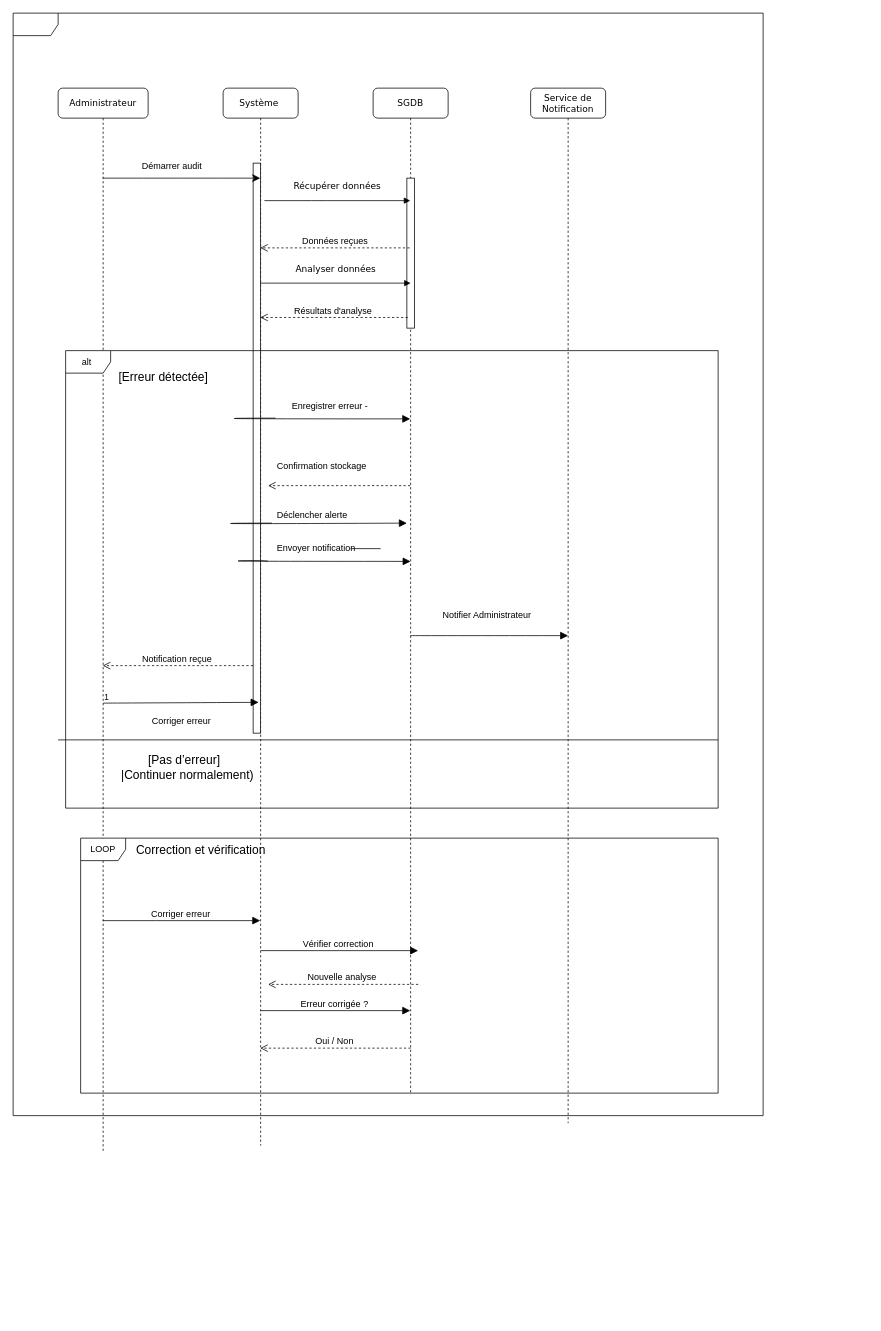
HADIL19/qpply keeps this draw.io diagram as Diagramme sans nom.drawio. Above is the earlier version. Source tidied: cells renumbered, new cells numbered last; positions are measured from the earlier drawing's top-left corner, leaving out a move shared by most shapes. Both pictures are drawn from the tidied source at 75%, with x=0, y=0 at pixel (13, 13).
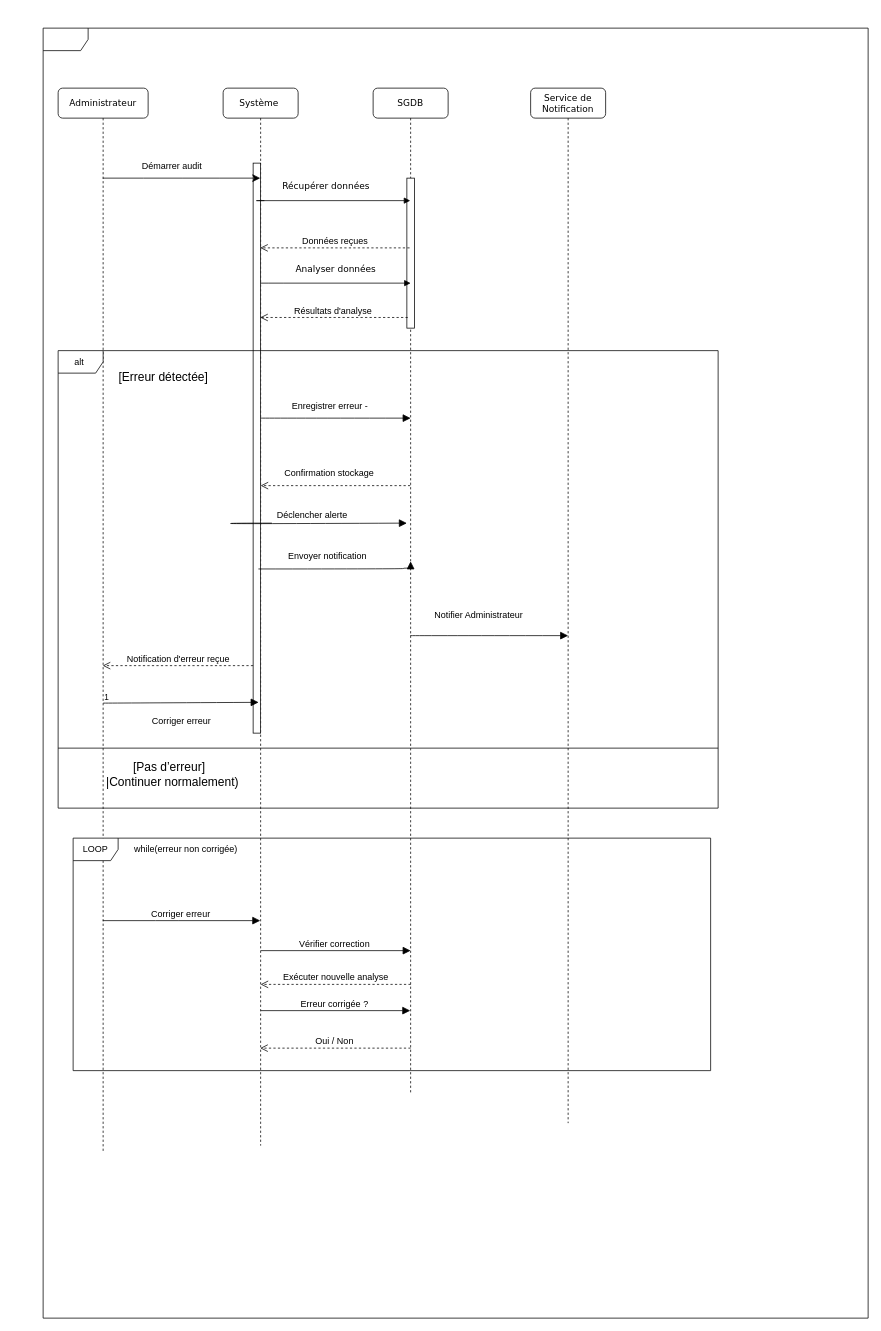
After the change.

Commit message:
Mettre à jour Diagramme sans nom.drawio

The change refers to these unchanged cells:
```xml
<mxCell id="3" style="html=1;points=[];perimeter=orthogonalPerimeter;rounded=0;shadow=0;comic=0;labelBackgroundColor=none;strokeWidth=1;fontFamily=Verdana;fontSize=12;align=center;" parent="2" vertex="1">
  <mxGeometry x="40" y="100" width="10" height="760" as="geometry" />
</mxCell>
<mxCell id="4" value="SGDB" style="shape=umlLifeline;perimeter=lifelinePerimeter;whiteSpace=wrap;html=1;outlineConnect=0;rounded=1;shadow=0;comic=0;labelBackgroundColor=none;strokeWidth=1;fontFamily=Verdana;fontSize=12;align=center;" parent="1" vertex="1">
  <mxGeometry x="480" y="100" width="100" height="1340" as="geometry" />
</mxCell>
<mxCell id="7" value="A&lt;span style=&quot;background-color: transparent; color: light-dark(rgb(0, 0, 0), rgb(255, 255, 255));&quot;&gt;dministrateur&lt;/span&gt;" style="shape=umlLifeline;perimeter=lifelinePerimeter;whiteSpace=wrap;html=1;outlineConnect=0;rounded=1;shadow=0;comic=0;labelBackgroundColor=none;strokeWidth=1;fontFamily=Verdana;fontSize=12;align=center;" parent="1" vertex="1">
  <mxGeometry x="60" y="100" width="120" height="1420" as="geometry" />
</mxCell>
```

The edit, as a diff of the source:
```diff
@@
     <mxCell id="9" value="Récupérer données" style="html=1;verticalAlign=bottom;endArrow=block;labelBackgroundColor=none;fontFamily=Verdana;fontSize=12;edgeStyle=elbowEdgeStyle;elbow=vertical;" parent="1" edge="1" target="4">
       <mxGeometry y="10" relative="1" as="geometry">
         <mxPoint x="335" y="250" as="sourcePoint" />
+        <Array as="points">
+          <mxPoint x="320" y="250" />
+        </Array>
       </mxGeometry>
     </mxCell>
@@
     <mxCell id="12" value="alt&amp;nbsp;" style="shape=umlFrame;whiteSpace=wrap;html=1;" parent="1" vertex="1">
-      <mxGeometry x="70" y="450" width="870" height="610" as="geometry" />
+      <mxGeometry x="60" y="450" width="880" height="610" as="geometry" />
     </mxCell>
     <mxCell id="13" style="shape=umlFrame;whiteSpace=wrap;html=1;align=center;" parent="1" vertex="1">
-      <mxGeometry width="1000" height="1470" as="geometry" />
+      <mxGeometry x="40" y="20" width="1100" height="1720" as="geometry" />
     </mxCell>
@@
-    <mxCell id="17" style="endArrow=block;endFill=1;html=1;edgeStyle=orthogonalEdgeStyle;align=left;verticalAlign=top;rounded=0;fontSize=12;startSize=8;endSize=8;curved=1;" parent="1" edge="1" target="4">
+    <mxCell id="17" style="endArrow=block;endFill=1;html=1;edgeStyle=orthogonalEdgeStyle;align=left;verticalAlign=top;rounded=0;fontSize=12;startSize=8;endSize=8;curved=1;" parent="1" edge="1">
       <mxGeometry x="-1" relative="1" as="geometry">
-        <mxPoint x="350" y="540" as="sourcePoint" />
+        <mxPoint x="330" y="540" as="sourcePoint" />
+        <mxPoint x="530" y="540" as="targetPoint" />
         <Array as="points">
-          <mxPoint x="295" y="540" />
-          <mxPoint x="295" y="541" />
+          <mxPoint x="330" y="540" />
+          <mxPoint x="330" y="541" />
         </Array>
       </mxGeometry>
     </mxCell>
@@
     <mxCell id="19" style="html=1;verticalAlign=bottom;endArrow=open;dashed=1;endSize=8;curved=0;rounded=0;fontSize=12;" parent="1" edge="1" source="4">
       <mxGeometry x="-0.08" y="230" relative="1" as="geometry">
-        <mxPoint x="340" y="630" as="targetPoint" />
-        <Array as="points">
-          <mxPoint x="350" y="630" />
-        </Array>
+        <mxPoint x="330" y="630" as="targetPoint" />
         <mxPoint x="1" as="offset" />
       </mxGeometry>
     </mxCell>
     <mxCell id="20" value="Confirmation stockage" style="text;whiteSpace=wrap;html=1;" parent="1" vertex="1">
-      <mxGeometry x="350" y="590" width="150" height="40" as="geometry" />
+      <mxGeometry x="360" y="600" width="150" height="40" as="geometry" />
     </mxCell>
@@
-    <mxCell id="22" style="endArrow=block;endFill=1;html=1;edgeStyle=orthogonalEdgeStyle;align=left;verticalAlign=top;rounded=0;fontSize=12;startSize=8;endSize=8;curved=1;" parent="1" edge="1">
+    <mxCell id="22" style="endArrow=block;endFill=1;html=1;edgeStyle=orthogonalEdgeStyle;align=left;verticalAlign=top;rounded=0;fontSize=12;startSize=8;endSize=8;curved=1;exitX=0.7;exitY=0.712;exitDx=0;exitDy=0;exitPerimeter=0;" parent="1" edge="1" source="3">
       <mxGeometry x="-1" relative="1" as="geometry">
-        <mxPoint x="340" y="731" as="sourcePoint" />
         <mxPoint x="530" y="731" as="targetPoint" />
         <Array as="points">
-          <mxPoint x="300" y="730" />
-          <mxPoint x="300" y="731" />
+          <mxPoint x="520" y="741" />
+          <mxPoint x="530" y="740" />
         </Array>
       </mxGeometry>
     </mxCell>
-    <mxCell id="23" value="Envoyer notification" style="text;whiteSpace=wrap;html=1;" parent="1" vertex="1">
-      <mxGeometry x="350" y="700" width="140" height="40" as="geometry" />
-    </mxCell>
     <mxCell id="24" value="Notifier Administrateur&amp;nbsp;&lt;div&gt;&lt;br&gt;&lt;/div&gt;" style="endArrow=block;endFill=1;html=1;edgeStyle=orthogonalEdgeStyle;align=left;verticalAlign=top;rounded=0;fontSize=12;startSize=8;endSize=8;curved=1;" parent="1" edge="1" source="4">
-      <mxGeometry x="-0.61" y="41" relative="1" as="geometry">
+      <mxGeometry x="-0.71" y="41" relative="1" as="geometry">
         <mxPoint x="740" y="830" as="targetPoint" />
         <Array as="points">
           <mxPoint x="740" y="831" />
         </Array>
+        <mxPoint x="-1" as="offset" />
       </mxGeometry>
     </mxCell>
@@
-    <mxCell id="26" value="Notification reçue&amp;nbsp;" style="html=1;verticalAlign=bottom;endArrow=open;dashed=1;endSize=8;curved=0;rounded=0;fontSize=12;" parent="1" edge="1" target="7">
+    <mxCell id="26" value="Notification d'erreur reçue" style="html=1;verticalAlign=bottom;endArrow=open;dashed=1;endSize=8;curved=0;rounded=0;fontSize=12;" parent="1" edge="1" target="7">
       <mxGeometry relative="1" as="geometry">
         <mxPoint x="320" y="870" as="sourcePoint" />
         <Array as="points">
           <mxPoint x="180" y="870" />
         </Array>
       </mxGeometry>
     </mxCell>
@@
-    <mxCell id="29" style="line;strokeWidth=1;fillColor=none;align=left;verticalAlign=middle;spacingTop=-1;spacingLeft=3;spacingRight=3;labelPosition=right;strokeColor=inherit;" parent="1" vertex="1">
-      <mxGeometry x="450" y="710" width="40" height="8" as="geometry" />
-    </mxCell>
-    <mxCell id="30" style="line;strokeWidth=1;fillColor=none;align=left;verticalAlign=middle;spacingTop=-1;spacingLeft=3;spacingRight=3;labelPosition=right;strokeColor=inherit;" parent="1" vertex="1">
-      <mxGeometry x="60" y="798" width="880" height="342" as="geometry" />
-    </mxCell>
     <mxCell id="31" value="[Pas d’erreur]&amp;nbsp;&lt;div&gt;&amp;nbsp;|Continuer normalement)&lt;/div&gt;" style="text;html=1;align=center;verticalAlign=middle;strokeColor=none;fillColor=none;fontSize=16;" parent="1" vertex="1">
-      <mxGeometry x="130" y="980" width="200" height="50" as="geometry" />
+      <mxGeometry x="110" y="990" width="200" height="50" as="geometry" />
     </mxCell>
     <mxCell id="32" value="LOOP" style="shape=umlFrame;whiteSpace=wrap;html=1;" parent="1" vertex="1">
-      <mxGeometry x="90" y="1100" width="850" height="340" as="geometry" />
+      <mxGeometry x="80" y="1100" width="850" height="310" as="geometry" />
     </mxCell>
@@
-    <mxCell id="34" value="Correction et vérification  " style="text;html=1;align=center;verticalAlign=middle;strokeColor=none;fillColor=none;fontSize=16;" parent="1" vertex="1">
-      <mxGeometry x="150" y="1100" width="200" height="30" as="geometry" />
-    </mxCell>
@@
     <mxCell id="36" value="Vérifier correction&amp;nbsp;" style="html=1;verticalAlign=bottom;endArrow=block;curved=0;rounded=0;fontSize=12;startSize=8;endSize=8;" parent="1" edge="1">
       <mxGeometry relative="1" as="geometry">
         <mxPoint x="330" y="1250" as="sourcePoint" />
-        <mxPoint x="540" y="1250" as="targetPoint" />
+        <mxPoint x="530" y="1250" as="targetPoint" />
       </mxGeometry>
     </mxCell>
-    <mxCell id="37" value="Nouvelle analyse&amp;nbsp;" style="html=1;verticalAlign=bottom;endArrow=open;dashed=1;endSize=8;curved=0;rounded=0;fontSize=12;" parent="1" edge="1">
+    <mxCell id="37" value="Exécuter nouvelle analyse" style="html=1;verticalAlign=bottom;endArrow=open;dashed=1;endSize=8;curved=0;rounded=0;fontSize=12;" parent="1" edge="1">
       <mxGeometry relative="1" as="geometry">
-        <mxPoint x="540.1" y="1295" as="sourcePoint" />
-        <mxPoint x="340" y="1295" as="targetPoint" />
+        <mxPoint x="530.1" y="1295" as="sourcePoint" />
+        <mxPoint x="330" y="1295" as="targetPoint" />
       </mxGeometry>
     </mxCell>
@@
+    <mxCell id="40" value="while(erreur non corrigée)" style="text;html=1;align=center;verticalAlign=middle;strokeColor=none;fillColor=none;" parent="1" vertex="1">
+      <mxGeometry x="150" y="1100" width="160" height="30" as="geometry" />
+    </mxCell>
+    <mxCell id="23" value="Envoyer notification" style="text;whiteSpace=wrap;html=1;" parent="1" vertex="1">
+      <mxGeometry x="365" y="710" width="140" height="40" as="geometry" />
+    </mxCell>
+    <mxCell id="41" style="endArrow=none;html=1;rounded=0;" parent="1" edge="1">
+      <mxGeometry relative="1" as="geometry">
+        <mxPoint x="60" y="980" as="sourcePoint" />
+        <mxPoint x="940" y="980" as="targetPoint" />
+        <Array as="points">
+          <mxPoint x="530" y="980" />
+        </Array>
+      </mxGeometry>
+    </mxCell>
```
